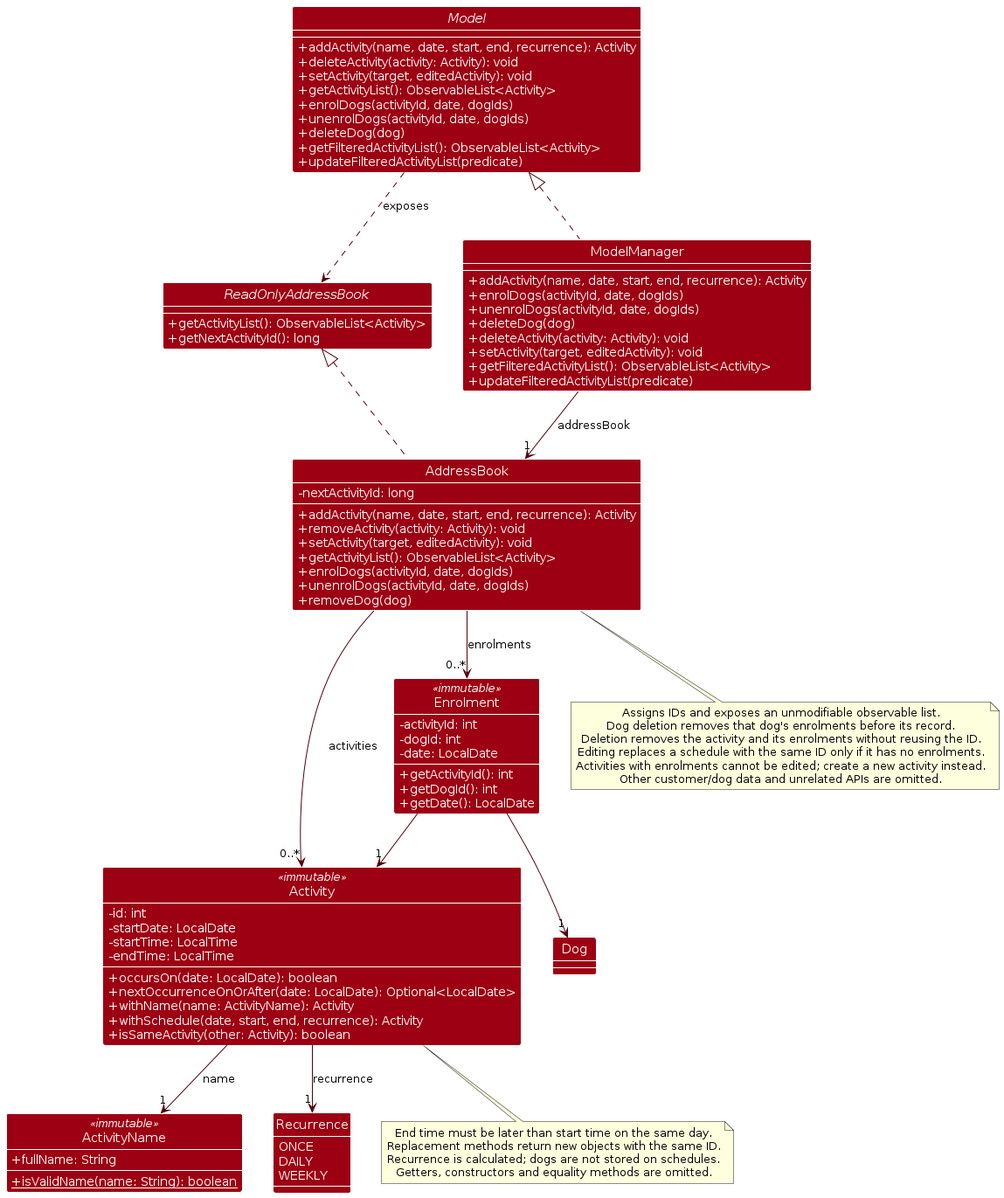
Earlier version of the PlantUML export diagrams/ActivityClassDiagram.png (AY2627S1-CS2103T-T15-4/tp). Its source is kept beside it as diagrams/ActivityClassDiagram.puml.
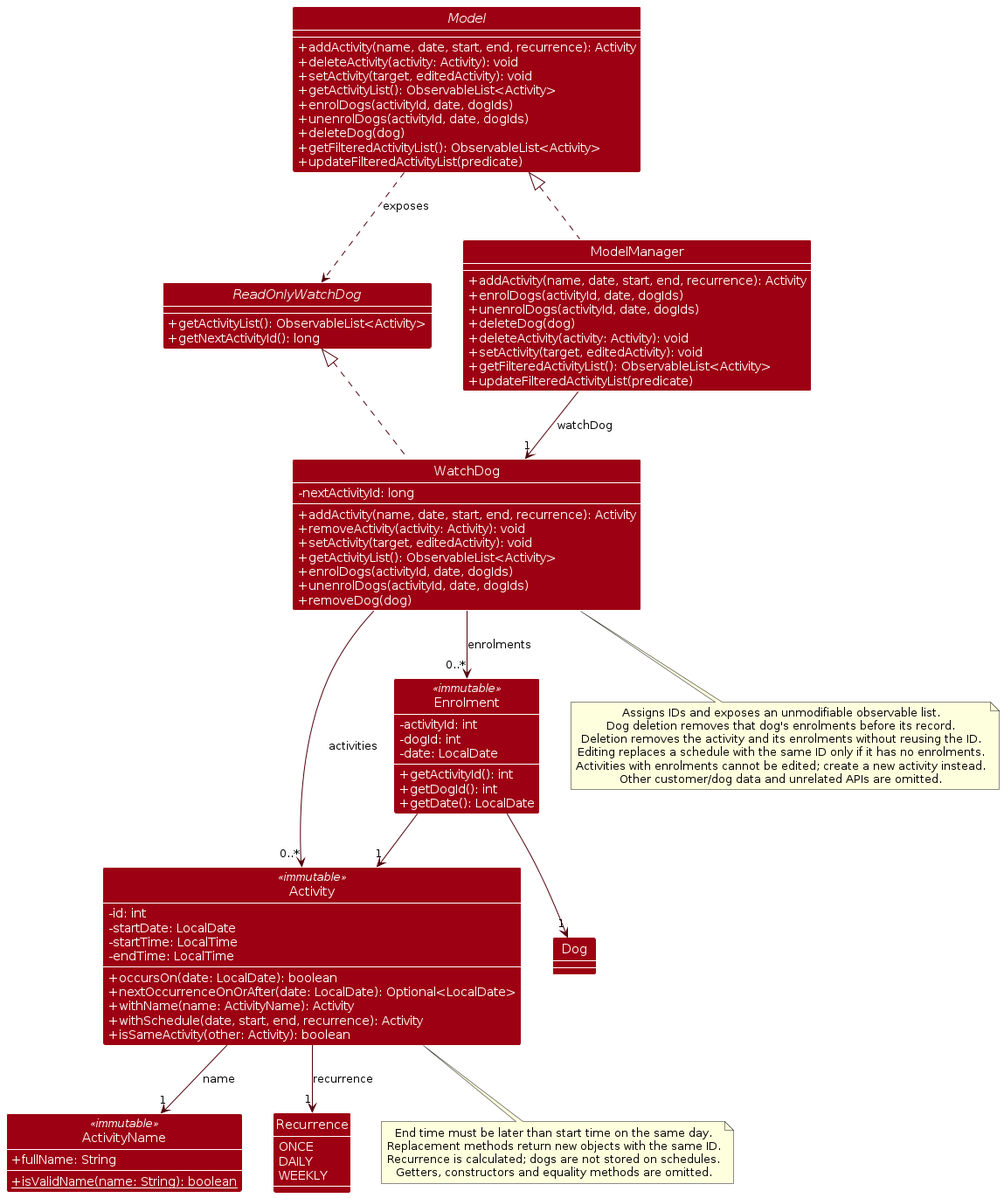
After the change.

The edit, as a diff of the source:
```diff
@@ -30,12 +30,12 @@
   +updateFilteredActivityList(predicate)
 }
 
-interface ReadOnlyAddressBook {
+interface ReadOnlyWatchDog {
   +getActivityList(): ObservableList<Activity>
   +getNextActivityId(): long
 }
 
-class AddressBook {
+class WatchDog {
   -nextActivityId: long
   +addActivity(name, date, start, end, recurrence): Activity
   +removeActivity(activity: Activity): void
@@ -79,17 +79,17 @@
 }
 
 ModelManager .up.|> Model
-ModelManager --> "1" AddressBook : addressBook
-Model ..> ReadOnlyAddressBook : exposes
-AddressBook .up.|> ReadOnlyAddressBook
-AddressBook --> "0..*" Activity : activities
-AddressBook --> "0..*" Enrolment : enrolments
+ModelManager --> "1" WatchDog : watchDog
+Model ..> ReadOnlyWatchDog : exposes
+WatchDog .up.|> ReadOnlyWatchDog
+WatchDog --> "0..*" Activity : activities
+WatchDog --> "0..*" Enrolment : enrolments
 Enrolment --> "1" Activity
 Enrolment --> "1" Dog
 Activity --> "1" ActivityName : name
 Activity --> "1" Recurrence : recurrence
 
-note bottom of AddressBook
+note bottom of WatchDog
   Assigns IDs and exposes an unmodifiable observable list.
   Dog deletion removes that dog's enrolments before its record.
   Deletion removes the activity and its enrolments without reusing the ID.
```
